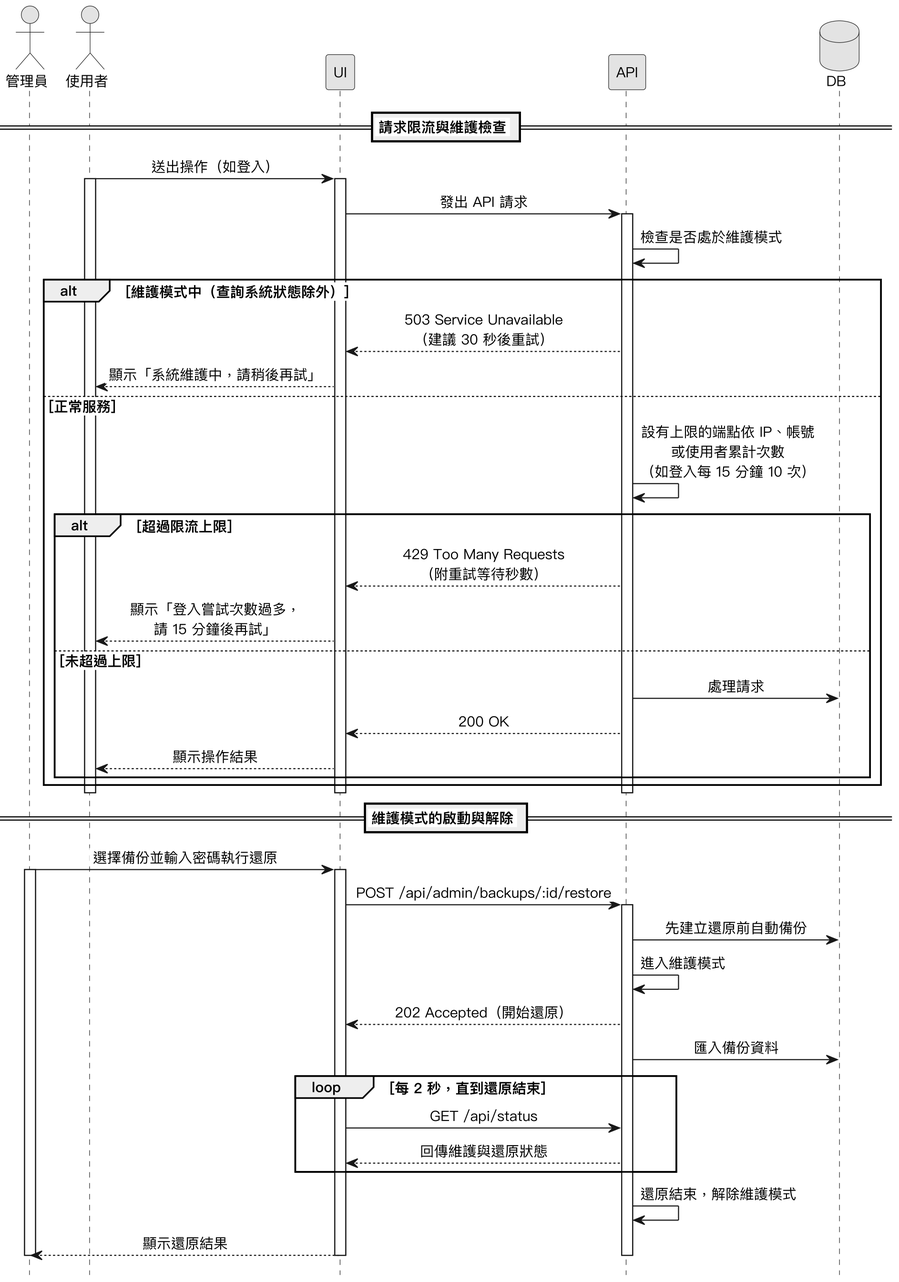
Earlier version of the PlantUML export Diagrams/Sequence Diagrams/v3/seq_degradation.png (SaveMyBook/SaveMyBook).
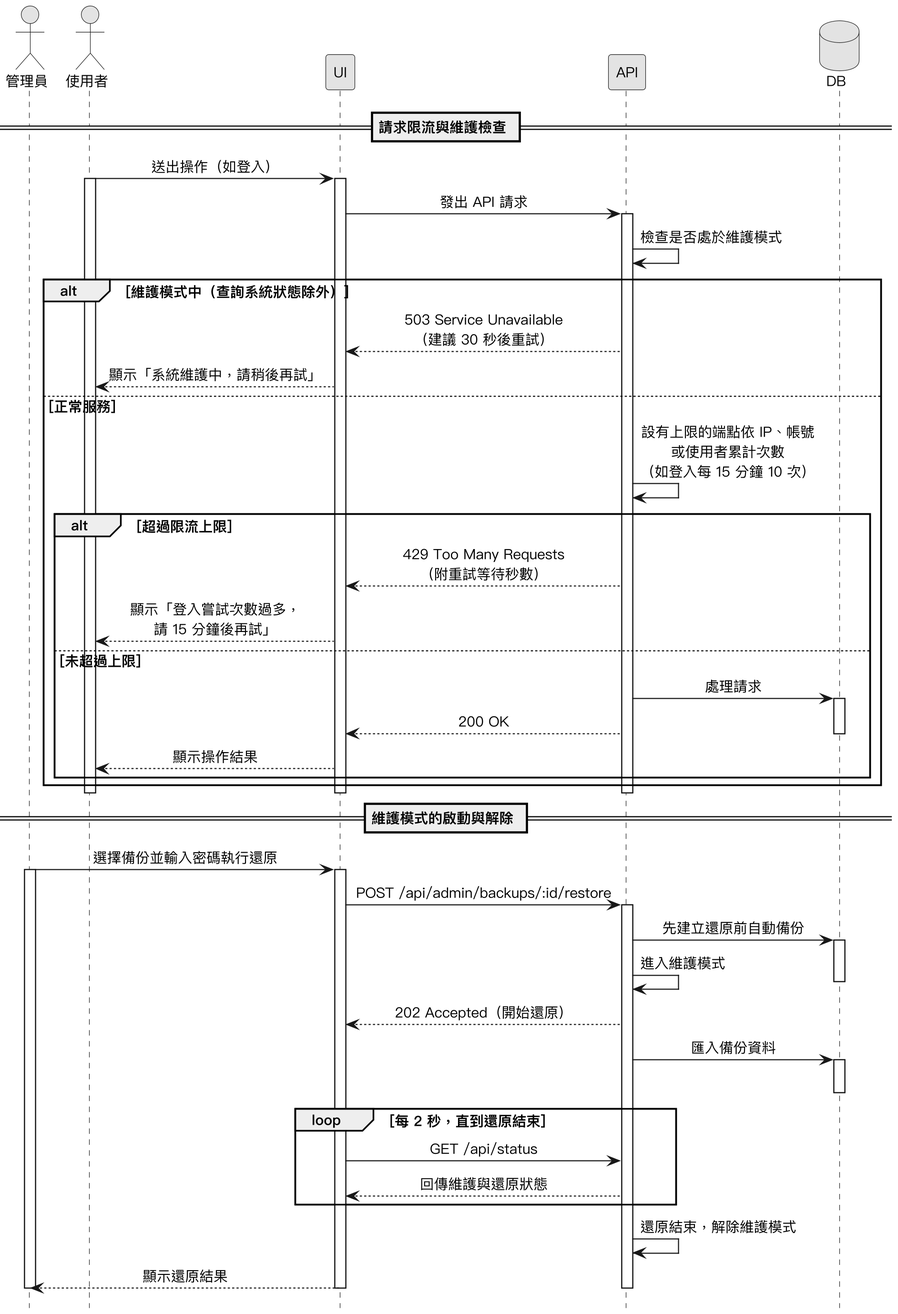
The same diagram one commit later.

What changed in the source:
```diff
@@ -31,7 +31,9 @@
     UI --> 使用者 : 顯示「登入嘗試次數過多，\n請 15 分鐘後再試」
   else 未超過上限
     API -> DB : 處理請求
+    activate DB
     API --> UI : 200 OK
+    deactivate DB
     UI --> 使用者 : 顯示操作結果
   end
 end
@@ -46,9 +48,12 @@
 UI -> API : POST /api/admin/backups/:id/restore
 activate API
 API -> DB : 先建立還原前自動備份
+activate DB
 API -> API : 進入維護模式
+deactivate DB
 API --> UI : 202 Accepted（開始還原）
-API -> DB : 匯入備份資料
+API -> DB ++ : 匯入備份資料
+deactivate DB
 loop 每 2 秒，直到還原結束
   UI -> API : GET /api/status
   API --> UI : 回傳維護與還原狀態
```
